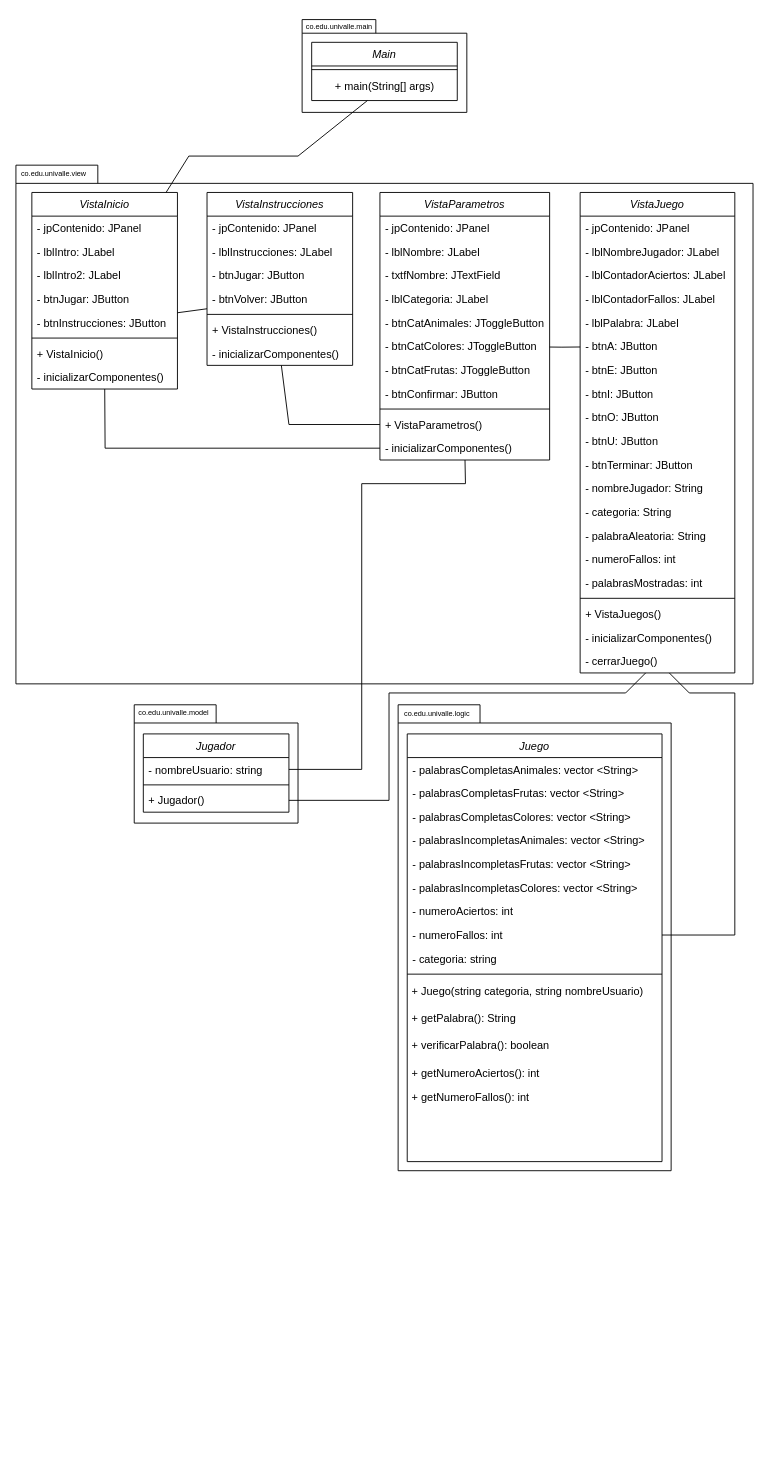
puyojulian/MiniProyecto1FPOE keeps this draw.io diagram as Diagrama de Clases MiniProyecto1.drawio. Above is the earlier version. Source tidied: cells renumbered, new cells numbered last; positions are measured from the earlier drawing's top-left corner, leaving out a move shared by most shapes. Both pictures are drawn from the tidied source at 91%, with x=0, y=0 at pixel (15, 15).
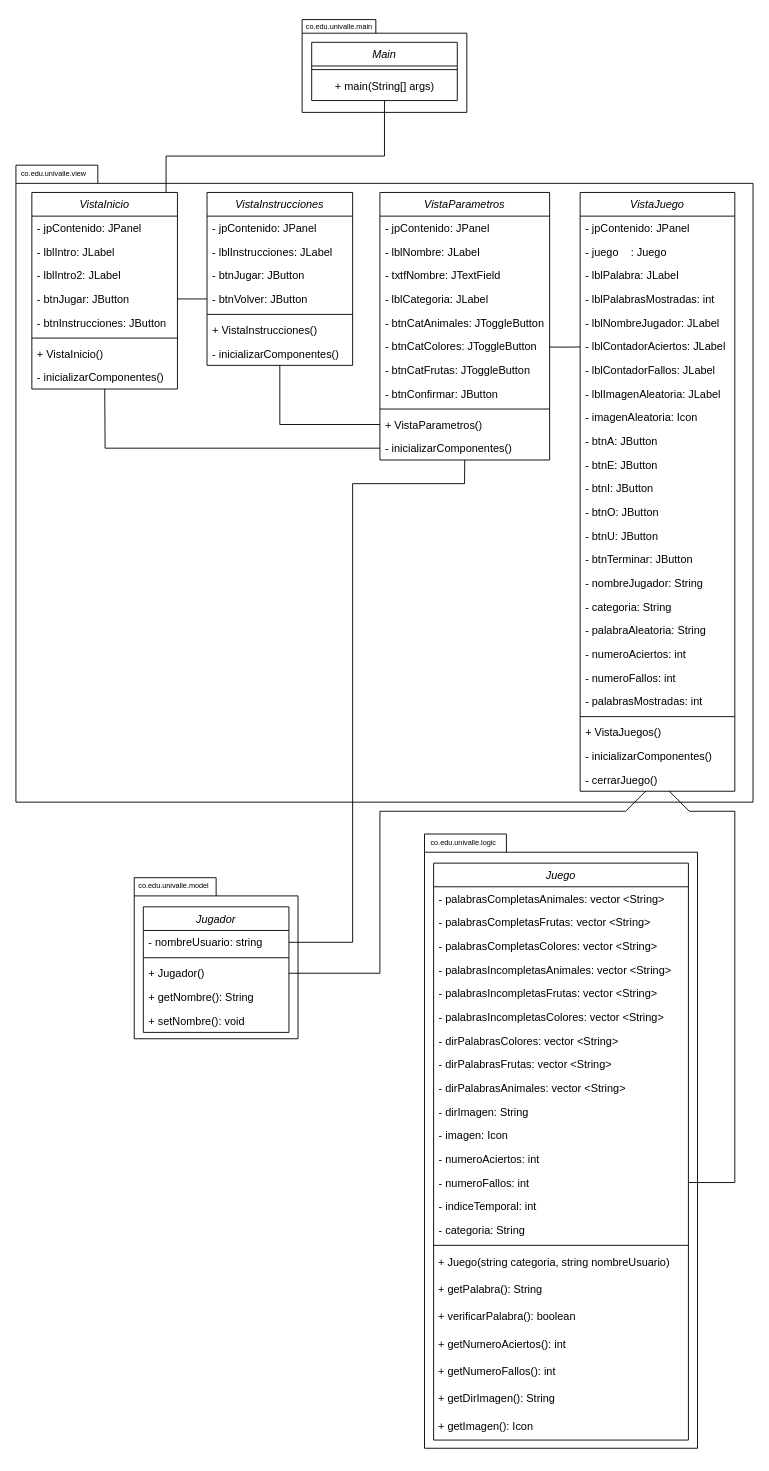
After the change.

Commit message:
Argumentos y métodos agregados a las clases VistaJuego y Juego, correspondiente al proyecto.

The change refers to these unchanged cells:
```xml
<mxCell id="6" value="- nombreUsuario: string" style="text;align=left;verticalAlign=top;spacingLeft=4;spacingRight=4;overflow=hidden;points=[[0,0.5],[1,0.5]];portConstraint=eastwest;" parent="5" vertex="1">
  <mxGeometry y="26" width="160" height="26" as="geometry" />
</mxCell>
<mxCell id="8" value="+ Jugador()" style="text;align=left;verticalAlign=top;spacingLeft=4;spacingRight=4;overflow=hidden;points=[[0,0.5],[1,0.5]];portConstraint=eastwest;" parent="5" vertex="1">
  <mxGeometry y="60" width="160" height="26" as="geometry" />
</mxCell>
<mxCell id="12" value="+ main(String[] args)" style="text;html=1;align=center;verticalAlign=middle;points=[];strokeColor=none;fillColor=none;" parent="10" vertex="1">
  <mxGeometry y="34" width="160" height="30" as="geometry" />
</mxCell>
<mxCell id="17" value="- btnVolver: JButton" style="text;align=left;verticalAlign=top;spacingLeft=4;spacingRight=4;overflow=hidden;points=[[0,0.5],[1,0.5]];portConstraint=eastwest;rounded=0;shadow=0;html=0;" parent="13" vertex="1">
  <mxGeometry y="104" width="160" height="26" as="geometry" />
</mxCell>
<mxCell id="20" value="- inicializarComponentes()" style="text;align=left;verticalAlign=top;spacingLeft=4;spacingRight=4;overflow=hidden;points=[[0,0.5],[1,0.5]];portConstraint=eastwest;" parent="13" vertex="1">
  <mxGeometry y="164" width="160" height="26" as="geometry" />
</mxCell>
<mxCell id="36" value="VistaInicio" style="swimlane;fontStyle=2;align=center;verticalAlign=top;horizontal=1;startSize=26;rounded=0;shadow=0;strokeWidth=1;" parent="1" vertex="1">
  <mxGeometry x="17.5" y="194" width="160" height="216" as="geometry" />
</mxCell>
<mxCell id="40" value="- btnJugar: JButton" style="text;align=left;verticalAlign=top;spacingLeft=4;spacingRight=4;overflow=hidden;points=[[0,0.5],[1,0.5]];portConstraint=eastwest;rounded=0;shadow=0;html=0;" parent="36" vertex="1">
  <mxGeometry y="104" width="160" height="26" as="geometry" />
</mxCell>
<mxCell id="41" value="- btnInstrucciones: JButton" style="text;align=left;verticalAlign=top;spacingLeft=4;spacingRight=4;overflow=hidden;points=[[0,0.5],[1,0.5]];portConstraint=eastwest;rounded=0;shadow=0;html=0;" parent="36" vertex="1">
  <mxGeometry y="130" width="160" height="26" as="geometry" />
</mxCell>
<mxCell id="51" value="- btnCatColores: JToggleButton" style="text;align=left;verticalAlign=top;spacingLeft=4;spacingRight=4;overflow=hidden;points=[[0,0.5],[1,0.5]];portConstraint=eastwest;rounded=0;shadow=0;html=0;" parent="45" vertex="1">
  <mxGeometry y="156" width="186.5" height="26" as="geometry" />
</mxCell>
<mxCell id="55" value="+ VistaParametros()" style="text;align=left;verticalAlign=top;spacingLeft=4;spacingRight=4;overflow=hidden;points=[[0,0.5],[1,0.5]];portConstraint=eastwest;" parent="45" vertex="1">
  <mxGeometry y="242" width="186.5" height="26" as="geometry" />
</mxCell>
<mxCell id="56" value="- inicializarComponentes()" style="text;align=left;verticalAlign=top;spacingLeft=4;spacingRight=4;overflow=hidden;points=[[0,0.5],[1,0.5]];portConstraint=eastwest;" parent="45" vertex="1">
  <mxGeometry y="268" width="186.5" height="26" as="geometry" />
</mxCell>
```

Change to the diagram source:
```diff
@@
     <mxCell id="3" style="shape=folder;fontStyle=1;spacingTop=10;tabWidth=90;tabHeight=20;tabPosition=left;html=1;whiteSpace=wrap;" parent="1" vertex="1">
-      <mxGeometry x="420" y="757" width="300" height="512" as="geometry" />
+      <mxGeometry x="449" y="899" width="300" height="675" as="geometry" />
     </mxCell>
     <mxCell id="4" style="shape=folder;fontStyle=1;spacingTop=10;tabWidth=90;tabHeight=20;tabPosition=left;html=1;whiteSpace=wrap;" parent="1" vertex="1">
-      <mxGeometry x="130" y="757" width="180" height="130" as="geometry" />
+      <mxGeometry x="130" y="947" width="180" height="177" as="geometry" />
     </mxCell>
     <mxCell id="5" value="Jugador" style="swimlane;fontStyle=2;align=center;verticalAlign=top;horizontal=1;startSize=26;rounded=0;shadow=0;strokeWidth=1;" parent="1" vertex="1">
-      <mxGeometry x="140" y="789" width="160" height="86" as="geometry" />
+      <mxGeometry x="140" y="979" width="160" height="138" as="geometry" />
     </mxCell>
@@
+    <mxCell id="92" value="+ getNombre(): String" style="text;align=left;verticalAlign=top;spacingLeft=4;spacingRight=4;overflow=hidden;" parent="5" vertex="1">
+      <mxGeometry y="86" width="160" height="26" as="geometry" />
+    </mxCell>
+    <mxCell id="93" value="+ setNombre(): void" style="text;align=left;verticalAlign=top;spacingLeft=4;spacingRight=4;overflow=hidden;" parent="5" vertex="1">
+      <mxGeometry y="112" width="160" height="26" as="geometry" />
+    </mxCell>
     <mxCell id="9" style="shape=folder;fontStyle=1;spacingTop=10;tabWidth=90;tabHeight=20;tabPosition=left;html=1;whiteSpace=wrap;" parent="1" vertex="1">
-      <mxGeometry y="164" width="810" height="570" as="geometry" />
+      <mxGeometry y="164" width="810" height="700" as="geometry" />
     </mxCell>
@@
     <mxCell id="21" value="Juego" style="swimlane;fontStyle=2;align=center;verticalAlign=top;horizontal=1;startSize=26;rounded=0;shadow=0;strokeWidth=1;" parent="1" vertex="1">
-      <mxGeometry x="430" y="789" width="280" height="470" as="geometry" />
+      <mxGeometry x="459" y="931" width="280" height="634" as="geometry" />
     </mxCell>
@@
+    <mxCell id="94" value="- dirPalabrasColores: vector &lt;String&gt;" style="text;align=left;verticalAlign=top;spacingLeft=4;spacingRight=4;overflow=hidden;" parent="21" vertex="1">
+      <mxGeometry y="182" width="280" height="26" as="geometry" />
+    </mxCell>
+    <mxCell id="95" value="- dirPalabrasFrutas: vector &lt;String&gt;" style="text;align=left;verticalAlign=top;spacingLeft=4;spacingRight=4;overflow=hidden;" parent="21" vertex="1">
+      <mxGeometry y="208" width="280" height="26" as="geometry" />
+    </mxCell>
+    <mxCell id="96" value="- dirPalabrasAnimales: vector &lt;String&gt;" style="text;align=left;verticalAlign=top;spacingLeft=4;spacingRight=4;overflow=hidden;" parent="21" vertex="1">
+      <mxGeometry y="234" width="280" height="26" as="geometry" />
+    </mxCell>
+    <mxCell id="97" value="- dirImagen: String" style="text;align=left;verticalAlign=top;spacingLeft=4;spacingRight=4;overflow=hidden;" parent="21" vertex="1">
+      <mxGeometry y="260" width="280" height="26" as="geometry" />
+    </mxCell>
+    <mxCell id="98" value="- imagen: Icon" style="text;align=left;verticalAlign=top;spacingLeft=4;spacingRight=4;overflow=hidden;" parent="21" vertex="1">
+      <mxGeometry y="286" width="280" height="26" as="geometry" />
+    </mxCell>
     <mxCell id="28" value="- numeroAciertos: int" style="text;align=left;verticalAlign=top;spacingLeft=4;spacingRight=4;overflow=hidden;" parent="21" vertex="1">
-      <mxGeometry y="182" width="280" height="26" as="geometry" />
+      <mxGeometry y="312" width="280" height="26" as="geometry" />
     </mxCell>
     <mxCell id="29" value="- numeroFallos: int" style="text;align=left;verticalAlign=top;spacingLeft=4;spacingRight=4;overflow=hidden;points=[[0,0.5],[1,0.5]];portConstraint=eastwest;" parent="21" vertex="1">
-      <mxGeometry y="208" width="280" height="26" as="geometry" />
+      <mxGeometry y="338" width="280" height="26" as="geometry" />
     </mxCell>
+    <mxCell id="99" value="- indiceTemporal: int" style="text;align=left;verticalAlign=top;spacingLeft=4;spacingRight=4;overflow=hidden;" parent="21" vertex="1">
+      <mxGeometry y="364" width="280" height="26" as="geometry" />
+    </mxCell>
-    <mxCell id="30" value="- categoria: string" style="text;align=left;verticalAlign=top;spacingLeft=4;spacingRight=4;overflow=hidden;" parent="21" vertex="1">
-      <mxGeometry y="234" width="280" height="26" as="geometry" />
+    <mxCell id="30" value="- categoria: String" style="text;align=left;verticalAlign=top;spacingLeft=4;spacingRight=4;overflow=hidden;" parent="21" vertex="1">
+      <mxGeometry y="390" width="280" height="26" as="geometry" />
     </mxCell>
     <mxCell id="31" style="line;html=1;strokeWidth=1;align=left;verticalAlign=middle;spacingTop=-1;spacingLeft=3;spacingRight=3;labelPosition=right;" parent="21" vertex="1">
-      <mxGeometry y="260" width="280" height="8" as="geometry" />
+      <mxGeometry y="416" width="280" height="8" as="geometry" />
     </mxCell>
     <mxCell id="32" value="&amp;nbsp;+ Juego(string categoria, string nombreUsuario)" style="text;html=1;align=left;verticalAlign=middle;strokeColor=none;fillColor=none;" parent="21" vertex="1">
-      <mxGeometry y="268" width="280" height="30" as="geometry" />
+      <mxGeometry y="424" width="280" height="30" as="geometry" />
     </mxCell>
     <mxCell id="33" value="&amp;nbsp;+ getPalabra(): String" style="text;html=1;align=left;verticalAlign=middle;strokeColor=none;fillColor=none;" parent="21" vertex="1">
-      <mxGeometry y="298" width="280" height="30" as="geometry" />
+      <mxGeometry y="454" width="280" height="30" as="geometry" />
     </mxCell>
     <mxCell id="34" value="&amp;nbsp;+ verificarPalabra(): boolean" style="text;html=1;align=left;verticalAlign=middle;strokeColor=none;fillColor=none;" parent="21" vertex="1">
-      <mxGeometry y="328" width="280" height="30" as="geometry" />
+      <mxGeometry y="484" width="280" height="30" as="geometry" />
     </mxCell>
     <mxCell id="35" value="&amp;nbsp;+ getNumeroAciertos(): int" style="text;html=1;align=left;verticalAlign=middle;strokeColor=none;fillColor=none;" parent="21" vertex="1">
-      <mxGeometry y="358" width="280" height="30" as="geometry" />
+      <mxGeometry y="514" width="280" height="30" as="geometry" />
     </mxCell>
+    <mxCell id="91" value="&amp;nbsp;+ getNumeroFallos(): int" style="text;html=1;align=left;verticalAlign=middle;strokeColor=none;fillColor=none;" parent="21" vertex="1">
+      <mxGeometry y="544" width="280" height="30" as="geometry" />
+    </mxCell>
+    <mxCell id="100" value="&amp;nbsp;+ getDirImagen(): String" style="text;html=1;align=left;verticalAlign=middle;strokeColor=none;fillColor=none;" parent="21" vertex="1">
+      <mxGeometry y="574" width="280" height="30" as="geometry" />
+    </mxCell>
+    <mxCell id="101" value="&amp;nbsp;+ getImagen(): Icon" style="text;html=1;align=left;verticalAlign=middle;strokeColor=none;fillColor=none;" parent="21" vertex="1">
+      <mxGeometry y="604" width="280" height="30" as="geometry" />
+    </mxCell>
@@
     <mxCell id="57" style="endArrow=none;html=1;rounded=0;" parent="1" edge="1" source="36" target="12">
       <mxGeometry relative="1" as="geometry">
         <Array as="points">
           <mxPoint x="165" y="194" />
-          <mxPoint x="190" y="154" />
-          <mxPoint x="310" y="154" />
+          <mxPoint x="165" y="154" />
+          <mxPoint x="405" y="154" />
         </Array>
       </mxGeometry>
     </mxCell>
     <mxCell id="58" style="endArrow=none;html=1;rounded=0;" parent="1" edge="1" source="29" target="79">
       <mxGeometry relative="1" as="geometry">
         <Array as="points">
-          <mxPoint x="790" y="1010" />
-          <mxPoint x="790" y="744" />
-          <mxPoint x="740" y="744" />
+          <mxPoint x="790" y="1282" />
+          <mxPoint x="790" y="874" />
+          <mxPoint x="740" y="874" />
         </Array>
       </mxGeometry>
     </mxCell>
     <mxCell id="59" value="VistaJuego" style="swimlane;fontStyle=2;align=center;verticalAlign=top;horizontal=1;startSize=26;rounded=0;shadow=0;strokeWidth=1;" parent="1" vertex="1">
-      <mxGeometry x="620" y="194" width="170" height="528" as="geometry" />
+      <mxGeometry x="620" y="194" width="170" height="658" as="geometry" />
     </mxCell>
@@
+    <mxCell id="102" value="- juego    : Juego" style="text;align=left;verticalAlign=top;spacingLeft=4;spacingRight=4;overflow=hidden;" parent="59" vertex="1">
+      <mxGeometry y="52" width="170" height="26" as="geometry" />
+    </mxCell>
+    <mxCell id="64" value="- lblPalabra: JLabel" style="text;align=left;verticalAlign=top;spacingLeft=4;spacingRight=4;overflow=hidden;" parent="59" vertex="1">
+      <mxGeometry y="78" width="170" height="26" as="geometry" />
+    </mxCell>
+    <mxCell id="75" value="- lblPalabrasMostradas: int" style="text;align=left;verticalAlign=top;spacingLeft=4;spacingRight=4;overflow=hidden;" parent="59" vertex="1">
+      <mxGeometry y="104" width="170" height="26" as="geometry" />
+    </mxCell>
     <mxCell id="61" value="- lblNombreJugador: JLabel" style="text;align=left;verticalAlign=top;spacingLeft=4;spacingRight=4;overflow=hidden;" parent="59" vertex="1">
-      <mxGeometry y="52" width="170" height="26" as="geometry" />
+      <mxGeometry y="130" width="170" height="26" as="geometry" />
     </mxCell>
     <mxCell id="62" value="- lblContadorAciertos: JLabel" style="text;align=left;verticalAlign=top;spacingLeft=4;spacingRight=4;overflow=hidden;points=[[0,0.5],[1,0.5]];portConstraint=eastwest;" parent="59" vertex="1">
-      <mxGeometry y="78" width="170" height="26" as="geometry" />
+      <mxGeometry y="156" width="170" height="26" as="geometry" />
     </mxCell>
     <mxCell id="63" value="- lblContadorFallos: JLabel" style="text;align=left;verticalAlign=top;spacingLeft=4;spacingRight=4;overflow=hidden;" parent="59" vertex="1">
-      <mxGeometry y="104" width="170" height="26" as="geometry" />
+      <mxGeometry y="182" width="170" height="26" as="geometry" />
     </mxCell>
-    <mxCell id="64" value="- lblPalabra: JLabel" style="text;align=left;verticalAlign=top;spacingLeft=4;spacingRight=4;overflow=hidden;" parent="59" vertex="1">
-      <mxGeometry y="130" width="170" height="26" as="geometry" />
-    </mxCell>
+    <mxCell id="103" value="- lblImagenAleatoria: JLabel" style="text;align=left;verticalAlign=top;spacingLeft=4;spacingRight=4;overflow=hidden;" parent="59" vertex="1">
+      <mxGeometry y="208" width="170" height="26" as="geometry" />
+    </mxCell>
+    <mxCell id="104" value="- imagenAleatoria: Icon" style="text;align=left;verticalAlign=top;spacingLeft=4;spacingRight=4;overflow=hidden;" parent="59" vertex="1">
+      <mxGeometry y="234" width="170" height="26" as="geometry" />
+    </mxCell>
     <mxCell id="65" value="- btnA: JButton" style="text;align=left;verticalAlign=top;spacingLeft=4;spacingRight=4;overflow=hidden;points=[[0,0.5],[1,0.5]];portConstraint=eastwest;rounded=0;shadow=0;html=0;" parent="59" vertex="1">
-      <mxGeometry y="156" width="170" height="26" as="geometry" />
+      <mxGeometry y="260" width="170" height="26" as="geometry" />
     </mxCell>
     <mxCell id="66" value="- btnE: JButton" style="text;align=left;verticalAlign=top;spacingLeft=4;spacingRight=4;overflow=hidden;rounded=0;shadow=0;html=0;" parent="59" vertex="1">
-      <mxGeometry y="182" width="170" height="26" as="geometry" />
+      <mxGeometry y="286" width="170" height="26" as="geometry" />
     </mxCell>
     <mxCell id="67" value="- btnI: JButton" style="text;align=left;verticalAlign=top;spacingLeft=4;spacingRight=4;overflow=hidden;rounded=0;shadow=0;html=0;" parent="59" vertex="1">
-      <mxGeometry y="208" width="170" height="26" as="geometry" />
+      <mxGeometry y="312" width="170" height="26" as="geometry" />
     </mxCell>
     <mxCell id="68" value="- btnO: JButton" style="text;align=left;verticalAlign=top;spacingLeft=4;spacingRight=4;overflow=hidden;rounded=0;shadow=0;html=0;" parent="59" vertex="1">
-      <mxGeometry y="234" width="170" height="26" as="geometry" />
+      <mxGeometry y="338" width="170" height="26" as="geometry" />
     </mxCell>
     <mxCell id="69" value="- btnU: JButton" style="text;align=left;verticalAlign=top;spacingLeft=4;spacingRight=4;overflow=hidden;rounded=0;shadow=0;html=0;" parent="59" vertex="1">
-      <mxGeometry y="260" width="170" height="26" as="geometry" />
+      <mxGeometry y="364" width="170" height="26" as="geometry" />
     </mxCell>
     <mxCell id="70" value="- btnTerminar: JButton" style="text;align=left;verticalAlign=top;spacingLeft=4;spacingRight=4;overflow=hidden;rounded=0;shadow=0;html=0;" parent="59" vertex="1">
-      <mxGeometry y="286" width="170" height="26" as="geometry" />
+      <mxGeometry y="390" width="170" height="26" as="geometry" />
     </mxCell>
     <mxCell id="71" value="- nombreJugador: String" style="text;align=left;verticalAlign=top;spacingLeft=4;spacingRight=4;overflow=hidden;" parent="59" vertex="1">
-      <mxGeometry y="312" width="170" height="26" as="geometry" />
+      <mxGeometry y="416" width="170" height="26" as="geometry" />
     </mxCell>
     <mxCell id="72" value="- categoria: String" style="text;align=left;verticalAlign=top;spacingLeft=4;spacingRight=4;overflow=hidden;" parent="59" vertex="1">
-      <mxGeometry y="338" width="170" height="26" as="geometry" />
+      <mxGeometry y="442" width="170" height="26" as="geometry" />
     </mxCell>
     <mxCell id="73" value="- palabraAleatoria: String" style="text;align=left;verticalAlign=top;spacingLeft=4;spacingRight=4;overflow=hidden;" parent="59" vertex="1">
-      <mxGeometry y="364" width="170" height="26" as="geometry" />
+      <mxGeometry y="468" width="170" height="26" as="geometry" />
     </mxCell>
+    <mxCell id="105" value="- numeroAciertos: int" style="text;align=left;verticalAlign=top;spacingLeft=4;spacingRight=4;overflow=hidden;" parent="59" vertex="1">
+      <mxGeometry y="494" width="170" height="26" as="geometry" />
+    </mxCell>
     <mxCell id="74" value="- numeroFallos: int" style="text;align=left;verticalAlign=top;spacingLeft=4;spacingRight=4;overflow=hidden;" parent="59" vertex="1">
-      <mxGeometry y="390" width="170" height="26" as="geometry" />
+      <mxGeometry y="520" width="170" height="26" as="geometry" />
     </mxCell>
-    <mxCell id="75" value="- palabrasMostradas: int" style="text;align=left;verticalAlign=top;spacingLeft=4;spacingRight=4;overflow=hidden;" parent="59" vertex="1">
-      <mxGeometry y="416" width="170" height="26" as="geometry" />
-    </mxCell>
+    <mxCell id="106" value="- palabrasMostradas: int" style="text;align=left;verticalAlign=top;spacingLeft=4;spacingRight=4;overflow=hidden;" parent="59" vertex="1">
+      <mxGeometry y="546" width="170" height="26" as="geometry" />
+    </mxCell>
     <mxCell id="76" style="line;html=1;strokeWidth=1;align=left;verticalAlign=middle;spacingTop=-1;spacingLeft=3;spacingRight=3;labelPosition=right;" parent="59" vertex="1">
-      <mxGeometry y="442" width="170" height="8" as="geometry" />
+      <mxGeometry y="572" width="170" height="8" as="geometry" />
     </mxCell>
     <mxCell id="77" value="+ VistaJuegos()" style="text;align=left;verticalAlign=top;spacingLeft=4;spacingRight=4;overflow=hidden;" parent="59" vertex="1">
-      <mxGeometry y="450" width="170" height="26" as="geometry" />
+      <mxGeometry y="580" width="170" height="26" as="geometry" />
     </mxCell>
     <mxCell id="78" value="- inicializarComponentes()" style="text;align=left;verticalAlign=top;spacingLeft=4;spacingRight=4;overflow=hidden;" parent="59" vertex="1">
-      <mxGeometry y="476" width="170" height="26" as="geometry" />
+      <mxGeometry y="606" width="170" height="26" as="geometry" />
     </mxCell>
     <mxCell id="79" value="- cerrarJuego()" style="text;align=left;verticalAlign=top;spacingLeft=4;spacingRight=4;overflow=hidden;points=[[0,0.5],[1,0.5]];portConstraint=eastwest;" parent="59" vertex="1">
-      <mxGeometry y="502" width="170" height="26" as="geometry" />
+      <mxGeometry y="632" width="170" height="26" as="geometry" />
     </mxCell>
     <mxCell id="80" style="endArrow=none;html=1;rounded=0;" parent="1" edge="1" source="6" target="56">
       <mxGeometry relative="1" as="geometry">
         <Array as="points">
-          <mxPoint x="380" y="828" />
-          <mxPoint x="380" y="514" />
-          <mxPoint x="494" y="514" />
+          <mxPoint x="370" y="1018" />
+          <mxPoint x="370" y="514" />
+          <mxPoint x="493" y="514" />
         </Array>
       </mxGeometry>
     </mxCell>
-    <mxCell id="81" style="endArrow=none;html=1;rounded=0;" parent="1" edge="1" source="41" target="17">
+    <mxCell id="81" style="endArrow=none;html=1;rounded=0;" parent="1" edge="1" source="40" target="17">
       <mxGeometry relative="1" as="geometry" />
     </mxCell>
     <mxCell id="82" style="endArrow=none;html=1;rounded=0;" parent="1" edge="1" source="8" target="79">
       <mxGeometry relative="1" as="geometry">
         <Array as="points">
-          <mxPoint x="410" y="862" />
-          <mxPoint x="410" y="744" />
-          <mxPoint x="670" y="744" />
+          <mxPoint x="400" y="1052" />
+          <mxPoint x="400" y="874" />
+          <mxPoint x="670" y="874" />
         </Array>
       </mxGeometry>
     </mxCell>
-    <mxCell id="83" style="endArrow=none;html=1;rounded=0;" parent="1" edge="1" source="65" target="51">
+    <mxCell id="83" style="endArrow=none;html=1;rounded=0;" parent="1" edge="1" source="62" target="51">
       <mxGeometry relative="1" as="geometry">
         <Array as="points">
           <mxPoint x="600" y="364" />
         </Array>
       </mxGeometry>
     </mxCell>
     <mxCell id="84" value="&lt;font style=&quot;font-size: 8px;&quot;&gt;co.edu.univalle.model&lt;/font&gt;" style="text;html=1;align=left;verticalAlign=bottom;strokeColor=none;fillColor=none;fontSize=8;" parent="1" vertex="1">
-      <mxGeometry x="133" y="754" width="100" height="20" as="geometry" />
+      <mxGeometry x="133" y="944" width="100" height="20" as="geometry" />
     </mxCell>
     <mxCell id="85" value="&lt;font style=&quot;font-size: 8px;&quot;&gt;co.edu.univalle.logic&lt;/font&gt;" style="text;html=1;align=left;verticalAlign=bottom;strokeColor=none;fillColor=none;fontSize=8;" parent="1" vertex="1">
-      <mxGeometry x="425" y="755" width="100" height="20" as="geometry" />
+      <mxGeometry x="454" y="897" width="100" height="20" as="geometry" />
     </mxCell>
@@
     <mxCell id="89" style="endArrow=none;html=1;rounded=0;" parent="1" edge="1" source="20" target="55">
       <mxGeometry relative="1" as="geometry">
         <Array as="points">
-          <mxPoint x="300" y="449" />
+          <mxPoint x="290" y="449" />
         </Array>
       </mxGeometry>
     </mxCell>
@@
-    <mxCell id="91" value="&amp;nbsp;+ getNumeroFallos(): int" style="text;html=1;align=left;verticalAlign=middle;strokeColor=none;fillColor=none;" parent="1" vertex="1">
-      <mxGeometry x="430" y="1174" width="160" height="30" as="geometry" />
-    </mxCell>
```
